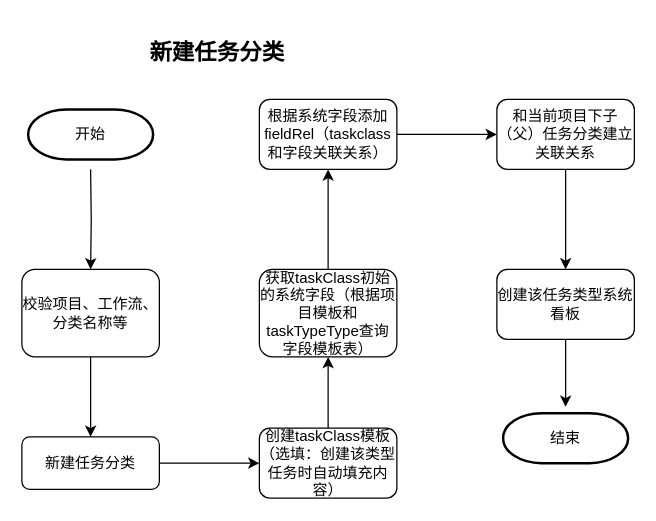
The draw.io diagram page "Page-1" (1 of 2) of 新建任务分类.drawio in weizp-a/java8-tutorial, before the edit. Source tidied: cells renumbered, new cells numbered last; positions are measured from the earlier drawing's top-left corner, leaving out a move shared by most shapes. Both pictures are drawn from the tidied source at 125%, with x=0, y=0 at pixel (21, 21).
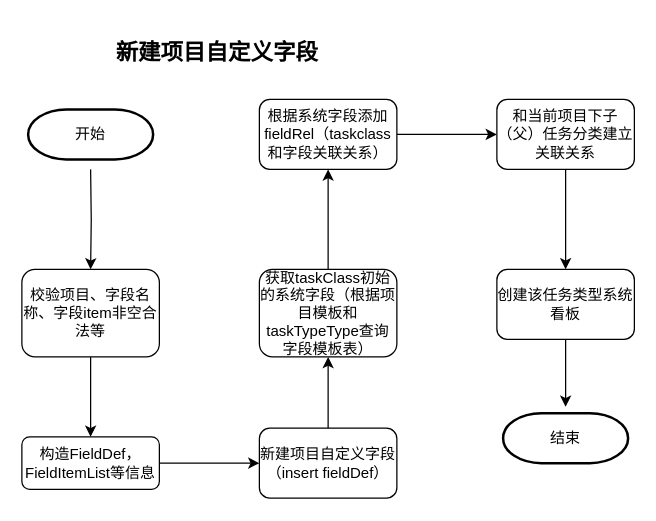
Above is the later version.

Commit message:
新建项目自定义字段.drawio

What changed in the source:
```diff
@@
-    <mxCell id="6" value="校验项目、工作流、分类名称等" style="rounded=1;whiteSpace=wrap;html=1;" parent="1" vertex="1">
+    <mxCell id="6" value="校验项目、字段名称、字段item非空合法等" style="rounded=1;whiteSpace=wrap;html=1;" parent="1" vertex="1">
       <mxGeometry y="198" width="110" height="70" as="geometry" />
     </mxCell>
@@
-    <mxCell id="8" value="新建任务分类" style="rounded=1;whiteSpace=wrap;html=1;" parent="1" vertex="1">
+    <mxCell id="8" value="构造FieldDef，FieldItemList等信息" style="rounded=1;whiteSpace=wrap;html=1;" parent="1" vertex="1">
       <mxGeometry y="332" width="110" height="42" as="geometry" />
     </mxCell>
@@
-    <mxCell id="10" value="创建taskClass模板（选填：创建该类型任务时自动填充内容）" style="rounded=1;whiteSpace=wrap;html=1;" parent="1" vertex="1">
+    <mxCell id="10" value="新建项目自定义字段（insert fieldDef）" style="rounded=1;whiteSpace=wrap;html=1;" parent="1" vertex="1">
       <mxGeometry x="190" y="325" width="110" height="56" as="geometry" />
     </mxCell>
@@
-    <mxCell id="19" value="&lt;h2&gt;新建任务分类&lt;/h2&gt;" style="text;html=1;align=center;verticalAlign=middle;" parent="1" vertex="1">
-      <mxGeometry x="96" width="120" height="50" as="geometry" />
+    <mxCell id="19" value="&lt;h2&gt;新建项目自定义字段&lt;/h2&gt;" style="text;html=1;align=center;verticalAlign=middle;" parent="1" vertex="1">
+      <mxGeometry x="66" width="180" height="50" as="geometry" />
     </mxCell>
```
